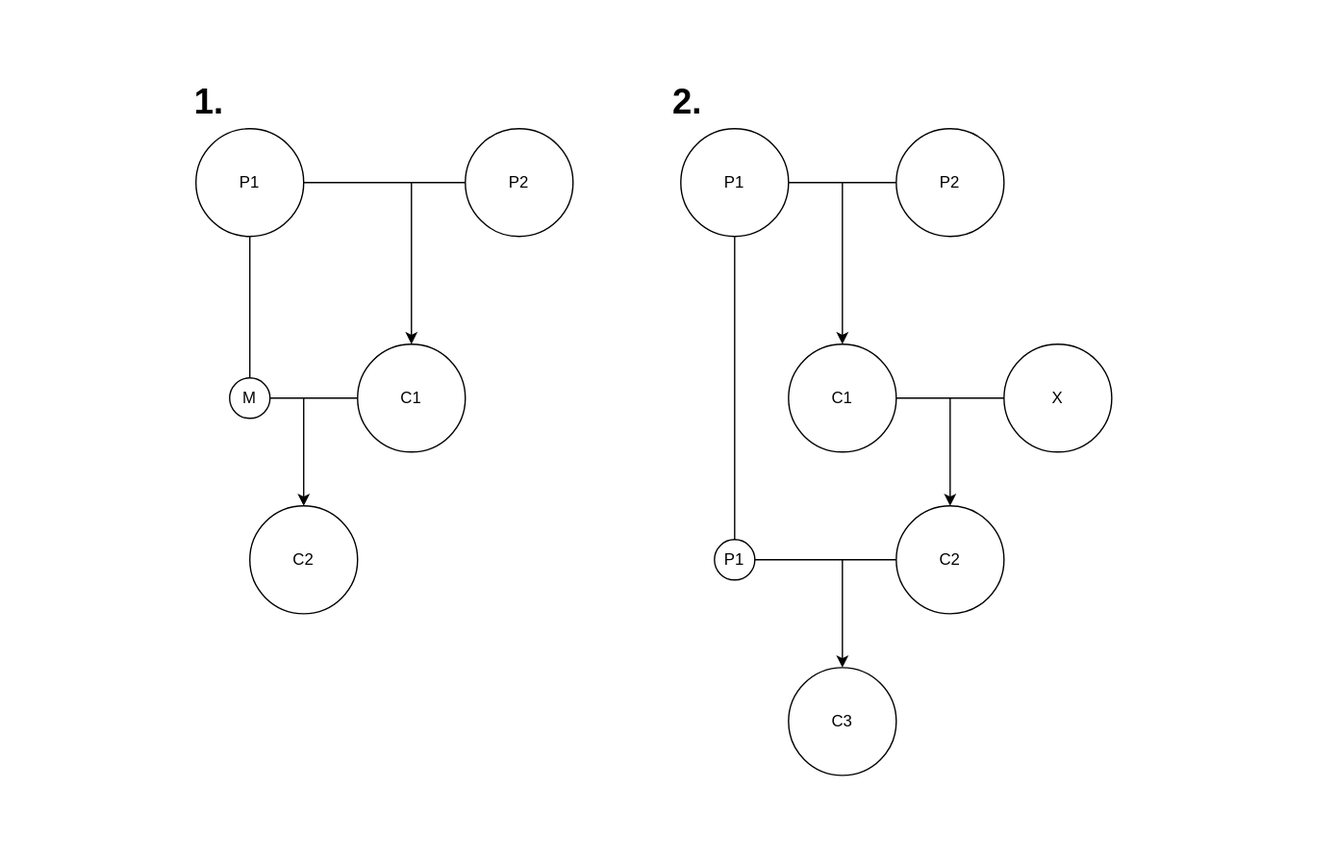
urpylka/notes keeps this draw.io diagram as posts/post-84/images/incest-Page-1.svg. Above is the earlier version. Source tidied: cells renumbered, new cells last; positions are measured from the earlier drawing's top-left corner, leaving out a move shared by most shapes.
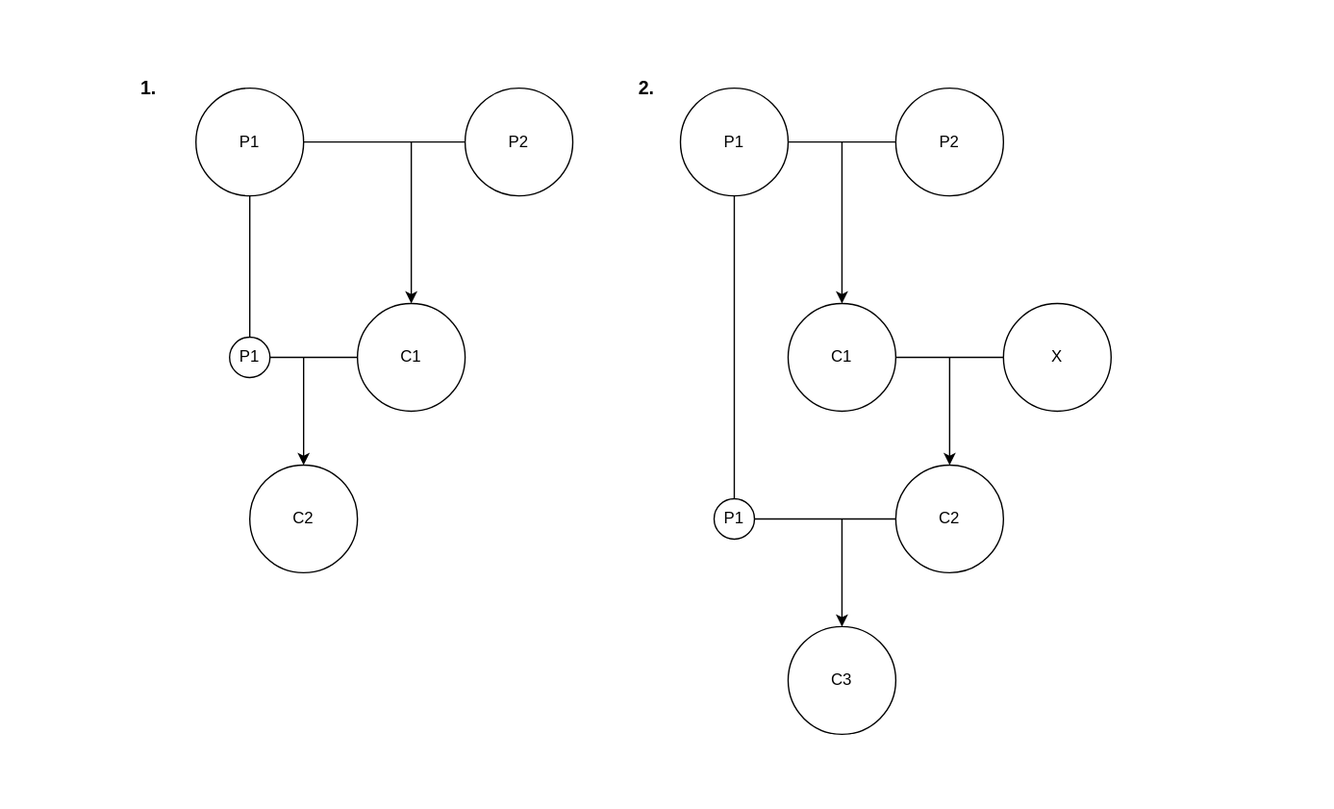
After the change.

The edit, as a diff of the source:
```diff
@@ -3,7 +3,7 @@
     <mxCell id="0" />
     <mxCell id="1" parent="0" />
     <mxCell id="2" style="rounded=0;whiteSpace=wrap;html=1;strokeColor=none;" parent="1" vertex="1">
-      <mxGeometry width="990" height="640" as="geometry" />
+      <mxGeometry y="30" width="990" height="600" as="geometry" />
     </mxCell>
     <mxCell id="3" style="edgeStyle=orthogonalEdgeStyle;rounded=0;jettySize=auto;html=1;exitX=1;exitY=0.5;exitDx=0;exitDy=0;entryX=0;entryY=0.5;entryDx=0;entryDy=0;endArrow=none;endFill=0;" parent="1" edge="1" source="4" target="5">
       <mxGeometry relative="1" as="geometry">
@@ -27,7 +27,7 @@
         <mxPoint x="305" y="135" as="sourcePoint" />
       </mxGeometry>
     </mxCell>
-    <mxCell id="8" value="M" style="ellipse;whiteSpace=wrap;html=1;" parent="1" vertex="1">
+    <mxCell id="8" value="P1" style="ellipse;whiteSpace=wrap;html=1;" parent="1" vertex="1">
       <mxGeometry x="170" y="280" width="30" height="30" as="geometry" />
     </mxCell>
     <mxCell id="9" style="endArrow=none;html=1;entryX=0.5;entryY=1;entryDx=0;entryDy=0;exitX=0.5;exitY=0;exitDx=0;exitDy=0;" parent="1" edge="1" source="8" target="4">
@@ -97,11 +97,11 @@
         <mxPoint x="625" y="415" as="sourcePoint" />
       </mxGeometry>
     </mxCell>
-    <mxCell id="27" value="&lt;b&gt;&lt;font style=&quot;font-size: 26px&quot;&gt;1.&lt;/font&gt;&lt;/b&gt;" style="text;html=1;strokeColor=none;fillColor=none;align=center;verticalAlign=middle;whiteSpace=wrap;rounded=0;" parent="1" vertex="1">
-      <mxGeometry x="135" y="65" width="40" height="20" as="geometry" />
+    <mxCell id="27" value="&lt;b style=&quot;font-size: 14px;&quot;&gt;&lt;font style=&quot;font-size: 14px;&quot;&gt;1.&lt;/font&gt;&lt;/b&gt;" style="text;html=1;strokeColor=none;fillColor=none;align=center;verticalAlign=middle;whiteSpace=wrap;rounded=0;fontSize=14;" parent="1" vertex="1">
+      <mxGeometry x="90" y="85" width="40" height="20" as="geometry" />
     </mxCell>
-    <mxCell id="28" value="&lt;b&gt;&lt;font style=&quot;font-size: 26px&quot;&gt;2.&lt;/font&gt;&lt;/b&gt;" style="text;html=1;strokeColor=none;fillColor=none;align=center;verticalAlign=middle;whiteSpace=wrap;rounded=0;" parent="1" vertex="1">
-      <mxGeometry x="490" y="65" width="40" height="20" as="geometry" />
+    <mxCell id="28" value="&lt;b style=&quot;font-size: 14px;&quot;&gt;&lt;font style=&quot;font-size: 14px;&quot;&gt;2.&lt;/font&gt;&lt;/b&gt;" style="text;html=1;strokeColor=none;fillColor=none;align=center;verticalAlign=middle;whiteSpace=wrap;rounded=0;fontSize=14;" parent="1" vertex="1">
+      <mxGeometry x="460" y="85" width="40" height="20" as="geometry" />
     </mxCell>
   </root>
 </mxGraphModel>
```
